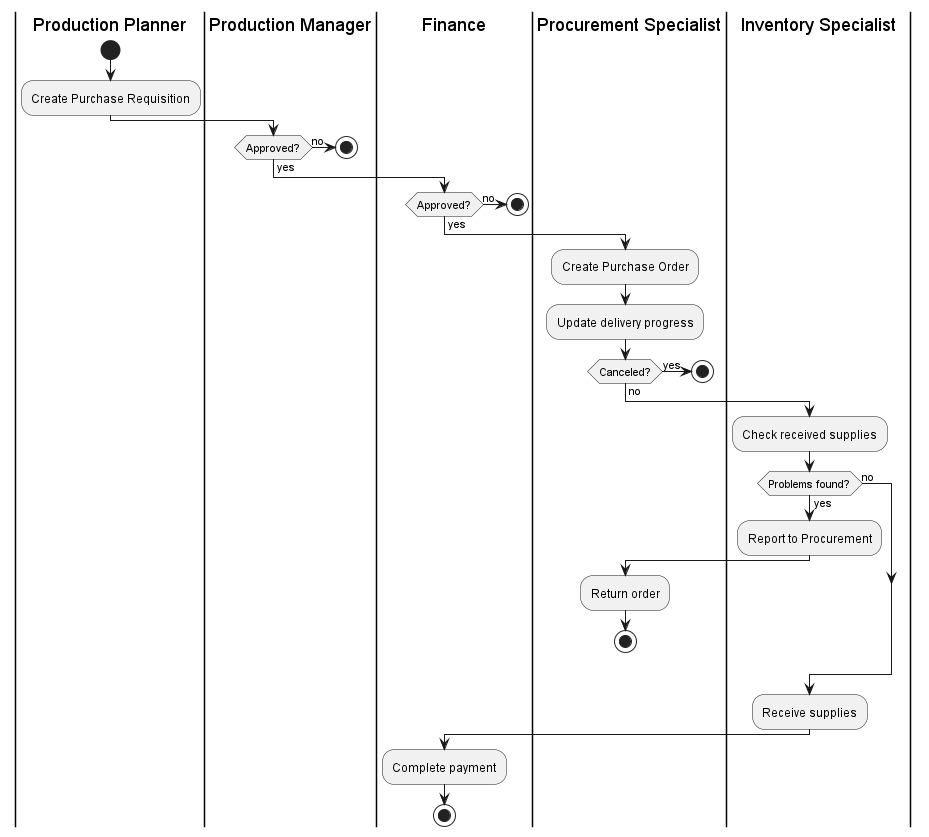
Above: workflows/purchase-workflow.png in phihungha/scmss-reqs (PlantUML), before the change.
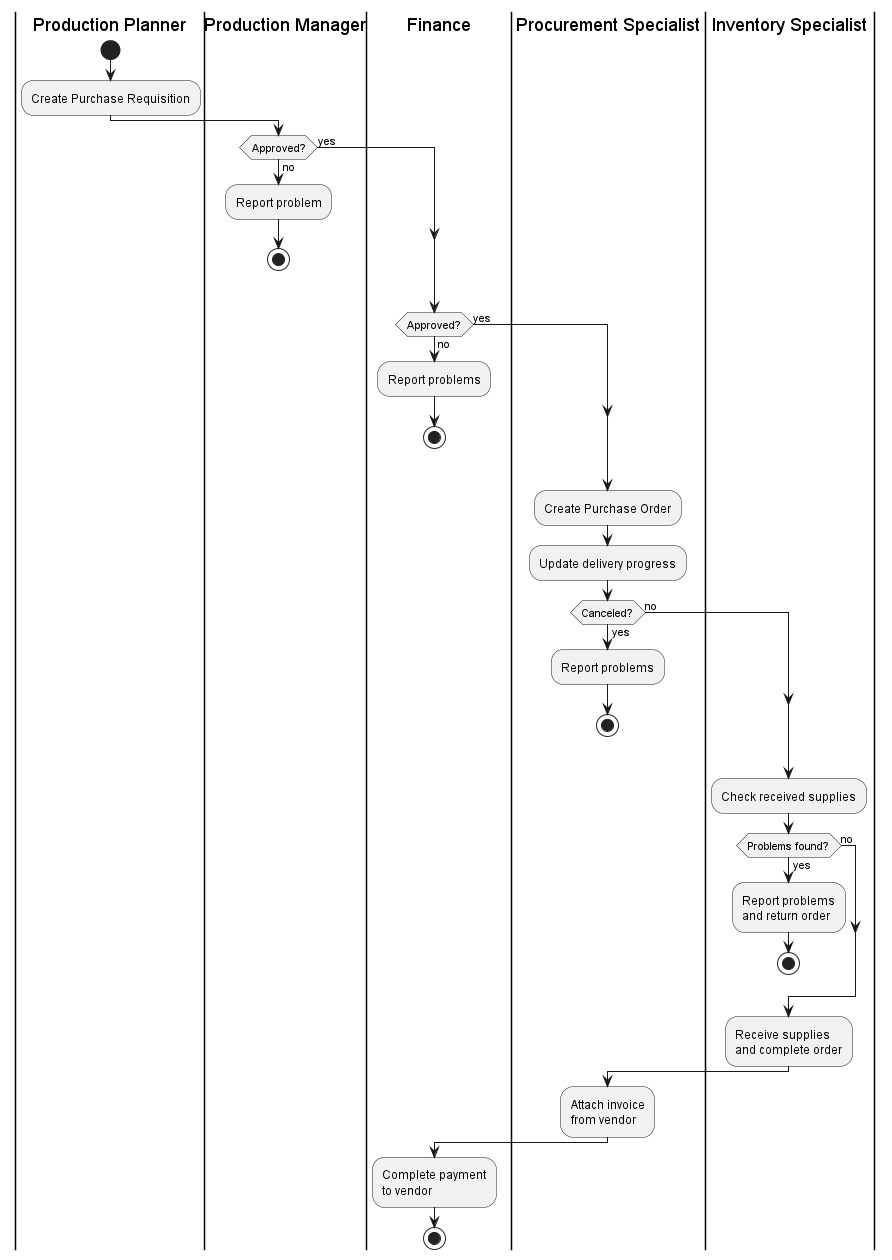
After the change.

Change to the diagram source:
```diff
@@ -11,12 +11,14 @@
 
 |prod_manager|
 if (Approved?) then (no)
+    :Report problem;
     stop
 else (yes)
 endif
 
 |fin|
 if (Approved?) then (no)
+    :Report problems;
     stop
 else (yes)
 endif
@@ -25,6 +27,7 @@
 :Create Purchase Order;
 :Update delivery progress;
 if (Canceled?) then (yes)
+    :Report problems;
     stop
 else (no)
 endif
@@ -32,19 +35,19 @@
 |inv_spec|
 :Check received supplies;
 if (Problems found?) then (yes)
-    :Report to Procurement;
-
-    |pur_spec|
-    :Return order;
+    :Report problems\nand return order;
     stop
 else (no)
 endif
 
 |inv_spec|
-:Receive supplies;
+:Receive supplies\nand complete order;
+
+|pur_spec|
+:Attach invoice\nfrom vendor;
 
 |fin|
-:Complete payment;
+:Complete payment\nto vendor;
 
 stop
 @enduml
```
